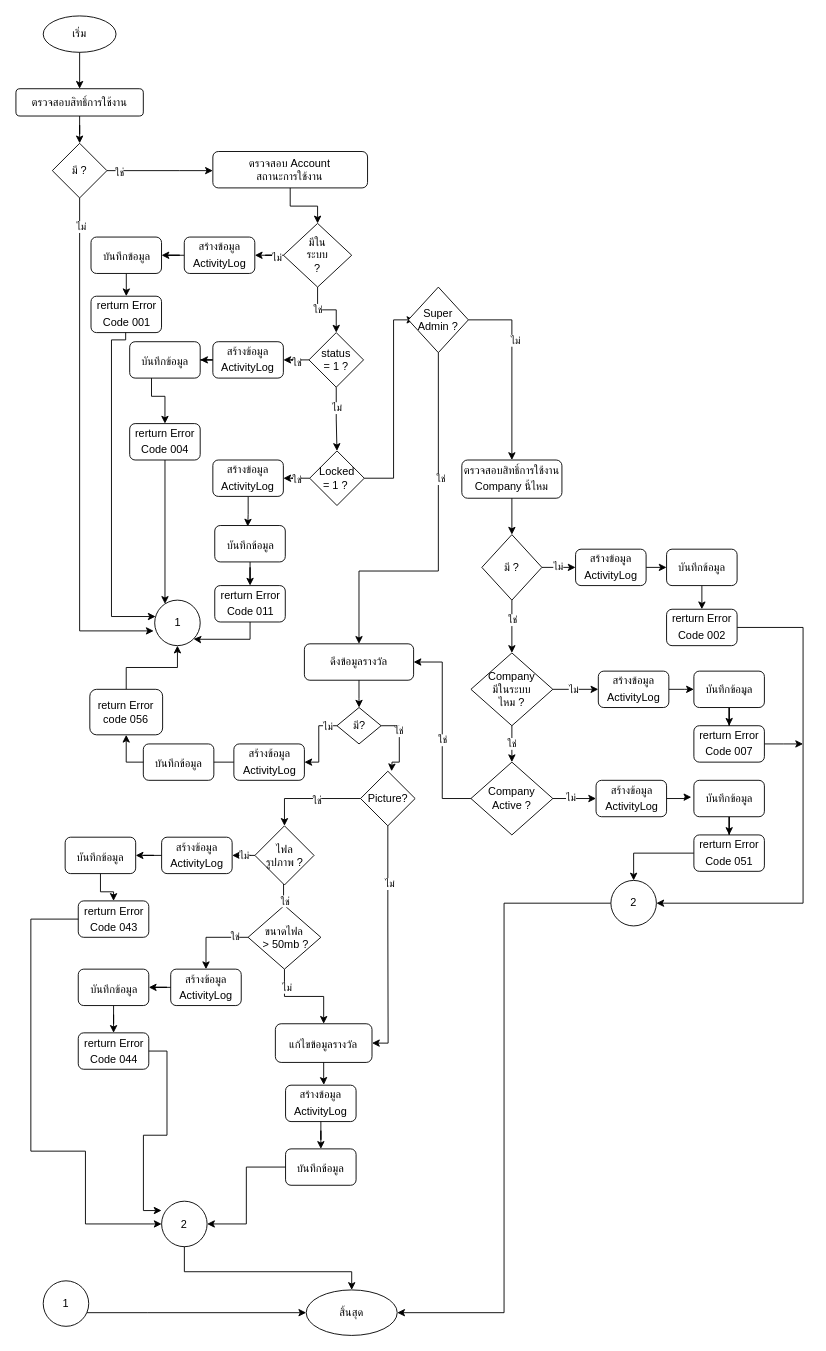
Above: page "หน้า-4" (4 of 4) of ImpotantFinancial.drawio in charifrodmanee/charifrodmanee (draw.io), before the change. Source tidied: cells renumbered, new cells numbered last; positions are measured from the earlier drawing's top-left corner, leaving out a move shared by most shapes. Both pictures are drawn from the tidied source at 91%, with x=0, y=0 at pixel (15, 15).
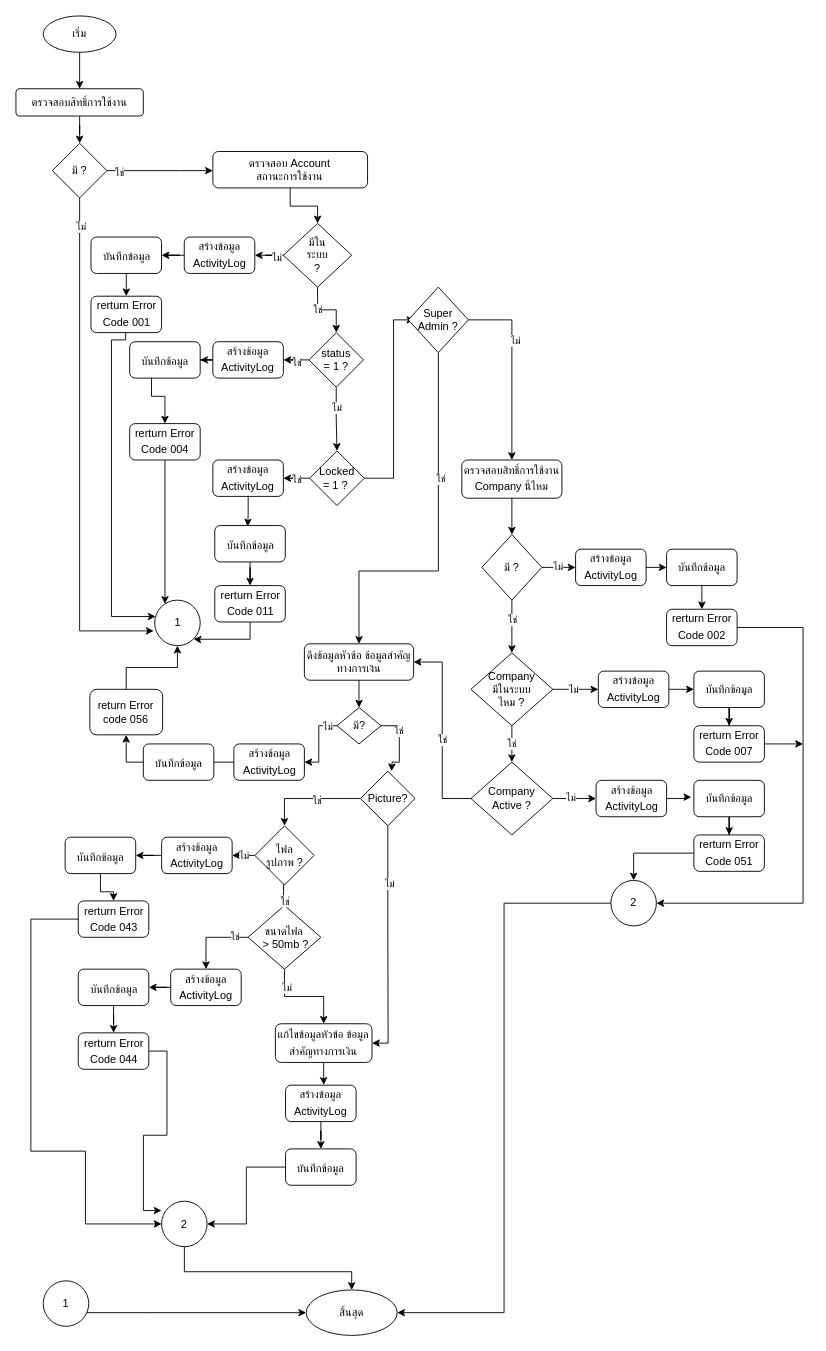
The same diagram, later.

The change refers to these unchanged cells:
```xml
<mxCell id="93" style="group;" parent="92" vertex="1">
  <mxGeometry x="273.7" y="217.5" width="96.2" height="177.5" as="geometry" />
</mxCell>
```

What changed in the source:
```diff
@@
-    <mxCell id="94" value="แก้ไขข้อมูลรางวัล&lt;span style=&quot;font-size: medium; text-align: start;&quot;&gt;&lt;/span&gt;" style="rounded=1;whiteSpace=wrap;html=1;" parent="93" vertex="1">
+    <mxCell id="94" value="แก้ไขข้อมูลหัวข้อ ข้อมูลสำคัญทางการเงิน&lt;span style=&quot;font-size: medium; text-align: start;&quot;&gt;&lt;/span&gt;" style="rounded=1;whiteSpace=wrap;html=1;" parent="93" vertex="1">
       <mxGeometry x="-5" width="106.2" height="42.5" as="geometry" />
     </mxCell>
@@
-    <mxCell id="127" value="ดึงข้อมูลรางวัล" style="rounded=1;whiteSpace=wrap;html=1;" parent="1" vertex="1">
+    <mxCell id="127" value="ดึงข้อมูลหัวข้อ ข้อมูลสำคัญทางการเงิน" style="rounded=1;whiteSpace=wrap;html=1;" parent="1" vertex="1">
       <mxGeometry x="317" y="690" width="120" height="40" as="geometry" />
     </mxCell>
```
